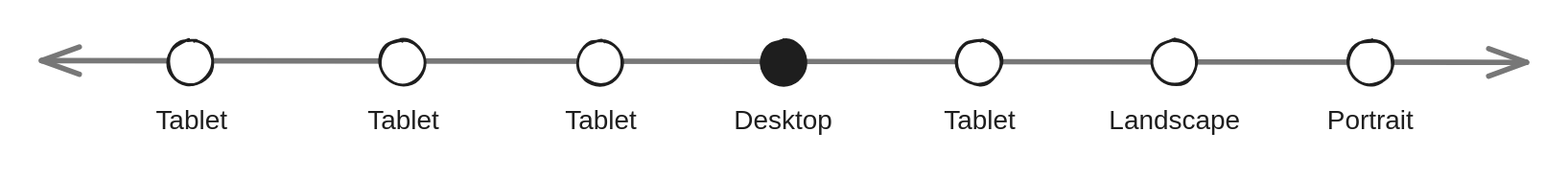
Earlier version of the Excalidraw export .gitbook/assets/file.excalidraw (7).svg (sygnaltech/sa5-docs). Source tidied: one line per element, renumbered; positions are measured from the earlier drawing's top-left corner, leaving out a move shared by most shapes.
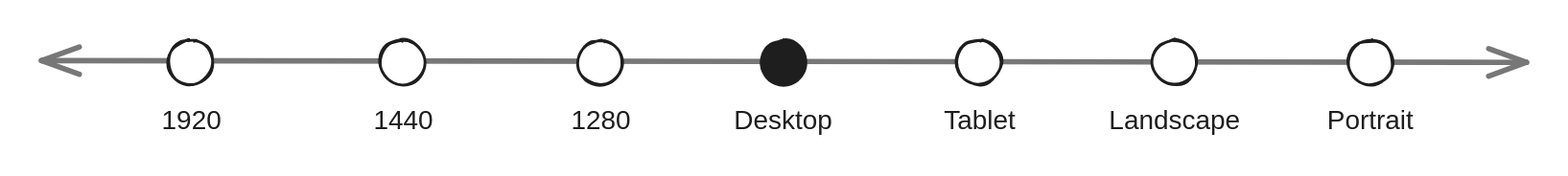
After the change.

Diff of the diagram source:
```diff
@@ -8,8 +8,8 @@
 {"id": 7, "type": "ellipse", "strokeColor": "#1e1e1e", "backgroundColor": "#ffffff", "fillStyle": "solid", "strokeWidth": 2, "roughness": 1, "round": true, "x": 975, "y": 0, "width": 33, "height": 33}
 {"id": 8, "type": "text", "text": "Portrait", "strokeColor": "#1e1e1e", "backgroundColor": "#1e1e1e", "fillStyle": "solid", "strokeWidth": 2, "roughness": 1, "fontSize": 20, "fontFamily": 2, "textAlign": "center", "x": 959, "y": 49, "width": 64, "height": 23}
 {"id": 9, "type": "ellipse", "strokeColor": "#1e1e1e", "backgroundColor": "#ffffff", "fillStyle": "solid", "strokeWidth": 2, "roughness": 1, "round": true, "x": 400, "y": 0, "width": 33, "height": 33}
-{"id": 10, "type": "text", "text": "Tablet", "strokeColor": "#1e1e1e", "backgroundColor": "#1e1e1e", "fillStyle": "solid", "strokeWidth": 2, "roughness": 1, "fontSize": 20, "fontFamily": 2, "textAlign": "center", "x": 391, "y": 49, "width": 53, "height": 23}
+{"id": 10, "type": "text", "text": "1280", "strokeColor": "#1e1e1e", "backgroundColor": "#1e1e1e", "fillStyle": "solid", "strokeWidth": 2, "roughness": 1, "fontSize": 20, "fontFamily": 2, "textAlign": "center", "x": 395, "y": 49, "width": 44, "height": 23}
 {"id": 11, "type": "ellipse", "strokeColor": "#1e1e1e", "backgroundColor": "#ffffff", "fillStyle": "solid", "strokeWidth": 2, "roughness": 1, "round": true, "x": 253, "y": 0, "width": 33, "height": 33}
-{"id": 12, "type": "text", "text": "Tablet", "strokeColor": "#1e1e1e", "backgroundColor": "#1e1e1e", "fillStyle": "solid", "strokeWidth": 2, "roughness": 1, "fontSize": 20, "fontFamily": 2, "textAlign": "center", "x": 243, "y": 49, "width": 53, "height": 23}
+{"id": 12, "type": "text", "text": "1440", "strokeColor": "#1e1e1e", "backgroundColor": "#1e1e1e", "fillStyle": "solid", "strokeWidth": 2, "roughness": 1, "fontSize": 20, "fontFamily": 2, "textAlign": "center", "x": 248, "y": 49, "width": 44, "height": 23}
 {"id": 13, "type": "ellipse", "strokeColor": "#1e1e1e", "backgroundColor": "#ffffff", "fillStyle": "solid", "strokeWidth": 2, "roughness": 1, "round": true, "x": 95, "y": 0, "width": 33, "height": 33}
-{"id": 14, "type": "text", "text": "Tablet", "strokeColor": "#1e1e1e", "backgroundColor": "#1e1e1e", "fillStyle": "solid", "strokeWidth": 2, "roughness": 1, "fontSize": 20, "fontFamily": 2, "textAlign": "center", "x": 85, "y": 49, "width": 53, "height": 23}
+{"id": 14, "type": "text", "text": "1920", "strokeColor": "#1e1e1e", "backgroundColor": "#1e1e1e", "fillStyle": "solid", "strokeWidth": 2, "roughness": 1, "fontSize": 20, "fontFamily": 2, "textAlign": "center", "x": 90, "y": 49, "width": 44, "height": 23}
```
